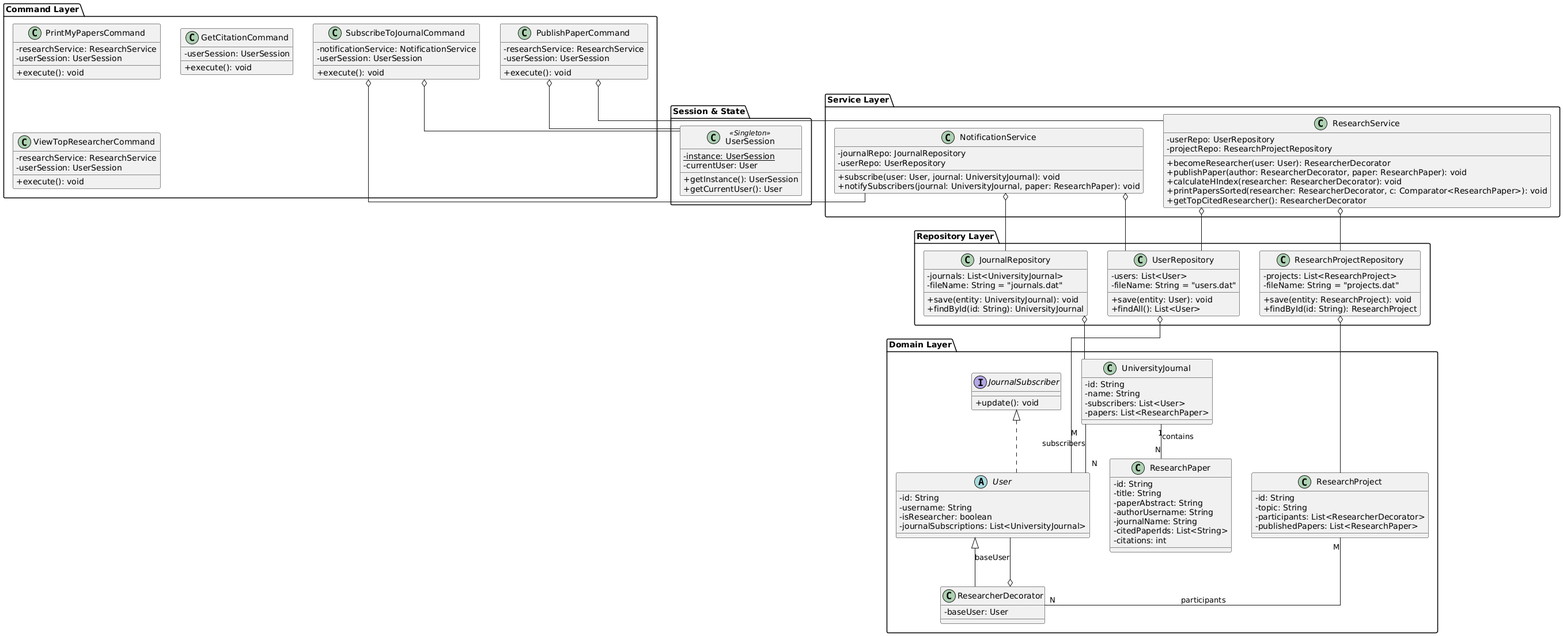
Before: PartA/classDiagrams/researchClassDiagram.png, a diagram exported from PlantUML (ofeerist/uni-crm-oop). Source of this version:
```plantuml
@startuml
skinparam classAttributeIconSize 0
skinparam linetype ortho

package "Session & State" {
    class UserSession <<Singleton>> {
        -{static} instance: UserSession
        -currentUser: User
        +getInstance(): UserSession
        +getCurrentUser(): User
    }
}

package "Command Layer" {
    class PublishPaperCommand {
        -researchService: ResearchService
        -userSession: UserSession
        +execute(): void
    }
    class PrintMyPapersCommand {
        -researchService: ResearchService
        -userSession: UserSession
        +execute(): void
    }
    class SubscribeToJournalCommand {
        -notificationService: NotificationService
        -userSession: UserSession
        +execute(): void
    }
    class GetCitationCommand {
        -userSession: UserSession
        +execute(): void
    }
    class ViewTopResearcherCommand {
        -researchService: ResearchService
        -userSession: UserSession
        +execute(): void
    }
}

package "Service Layer" {
    class ResearchService {
        -userRepo: UserRepository
        -projectRepo: ResearchProjectRepository
        +becomeResearcher(user: User): ResearcherDecorator
        +publishPaper(author: ResearcherDecorator, paper: ResearchPaper): void
        +calculateHIndex(researcher: ResearcherDecorator): void
        +printPapersSorted(researcher: ResearcherDecorator, c: Comparator<ResearchPaper>): void
        +getTopCitedResearcher(): ResearcherDecorator
    }
    class NotificationService {
        -journalRepo: JournalRepository
        -userRepo: UserRepository
        +subscribe(user: User, journal: UniversityJournal): void
        +notifySubscribers(journal: UniversityJournal, paper: ResearchPaper): void
    }
}

package "Repository Layer" {
    class UserRepository {
        -users: List<User>
        -fileName: String = "users.dat"
        +save(entity: User): void
        +findAll(): List<User>
    }
    class JournalRepository {
        -journals: List<UniversityJournal>
        -fileName: String = "journals.dat"
        +save(entity: UniversityJournal): void
        +findById(id: String): UniversityJournal
    }
    class ResearchProjectRepository {
        -projects: List<ResearchProject>
        -fileName: String = "projects.dat"
        +save(entity: ResearchProject): void
        +findById(id: String): ResearchProject
    }
}

package "Domain Layer" {
    interface JournalSubscriber {
        +update(): void
    }

    abstract class User implements JournalSubscriber {
        -id: String
        -username: String
        -isResearcher: boolean
        -journalSubscriptions: List<UniversityJournal>
    }

    class ResearcherDecorator extends User {
        -baseUser: User
    }
    ResearcherDecorator o-- User : "baseUser"

    class ResearchPaper {
        -id: String
        -title: String
        -paperAbstract: String
        -authorUsername: String
        -journalName: String
        -citedPaperIds: List<String>
        -citations: int
    }

    class UniversityJournal {
        -id: String
        -name: String
        -subscribers: List<User>
        -papers: List<ResearchPaper>
    }

    class ResearchProject {
        -id: String
        -topic: String
        -participants: List<ResearcherDecorator>
        -publishedPapers: List<ResearchPaper>
    }
}

PublishPaperCommand o-- ResearchService
PublishPaperCommand o-- UserSession
SubscribeToJournalCommand o-- NotificationService
SubscribeToJournalCommand o-- UserSession

ResearchService o-- UserRepository
ResearchService o-- ResearchProjectRepository
NotificationService o-- JournalRepository
NotificationService o-- UserRepository

UserRepository o-- User
JournalRepository o-- UniversityJournal
ResearchProjectRepository o-- ResearchProject

UniversityJournal "1" -- "N" ResearchPaper : "contains"
UniversityJournal "M" -- "N" User : "subscribers"
ResearchProject "M" -- "N" ResearcherDecorator : "participants"
@enduml
```
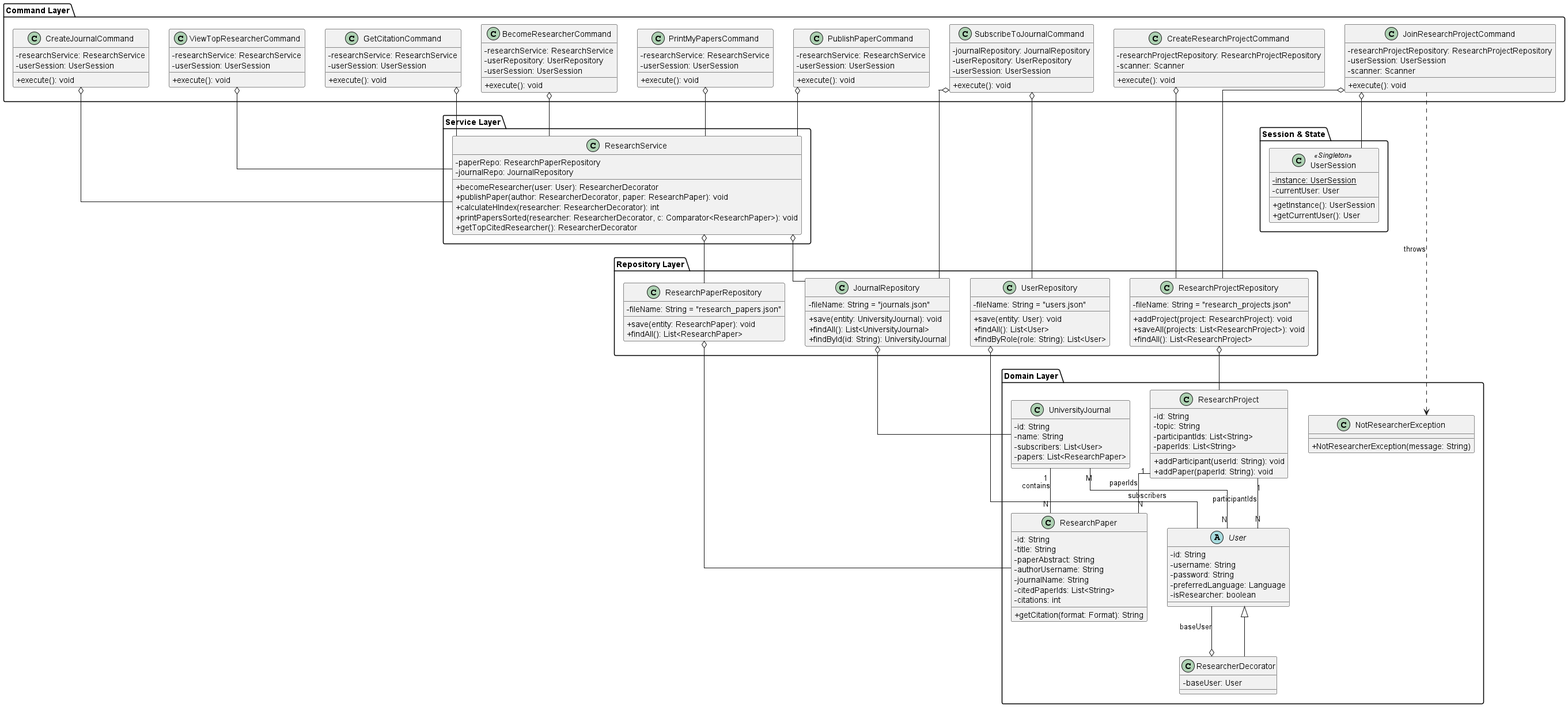
Later version of the same file.

Commit message:
Add research project functionality and update uml

Diff of the diagram source:
```diff
@@ -17,82 +17,112 @@
         -userSession: UserSession
         +execute(): void
     }
+
     class PrintMyPapersCommand {
         -researchService: ResearchService
         -userSession: UserSession
         +execute(): void
     }
+
     class SubscribeToJournalCommand {
-        -notificationService: NotificationService
+        -journalRepository: JournalRepository
+        -userRepository: UserRepository
         -userSession: UserSession
         +execute(): void
     }
+
     class GetCitationCommand {
+        -researchService: ResearchService
         -userSession: UserSession
         +execute(): void
     }
+
     class ViewTopResearcherCommand {
         -researchService: ResearchService
         -userSession: UserSession
+        +execute(): void
+    }
+
+    class CreateJournalCommand {
+        -researchService: ResearchService
+        -userSession: UserSession
+        +execute(): void
+    }
+
+    class BecomeResearcherCommand {
+        -researchService: ResearchService
+        -userRepository: UserRepository
+        -userSession: UserSession
+        +execute(): void
+    }
+
+    class CreateResearchProjectCommand {
+        -researchProjectRepository: ResearchProjectRepository
+        -scanner: Scanner
+        +execute(): void
+    }
+
+    class JoinResearchProjectCommand {
+        -researchProjectRepository: ResearchProjectRepository
+        -userSession: UserSession
+        -scanner: Scanner
         +execute(): void
     }
 }
 
 package "Service Layer" {
     class ResearchService {
-        -userRepo: UserRepository
-        -projectRepo: ResearchProjectRepository
+        -paperRepo: ResearchPaperRepository
+        -journalRepo: JournalRepository
         +becomeResearcher(user: User): ResearcherDecorator
         +publishPaper(author: ResearcherDecorator, paper: ResearchPaper): void
-        +calculateHIndex(researcher: ResearcherDecorator): void
+        +calculateHIndex(researcher: ResearcherDecorator): int
         +printPapersSorted(researcher: ResearcherDecorator, c: Comparator<ResearchPaper>): void
         +getTopCitedResearcher(): ResearcherDecorator
-    }
-    class NotificationService {
-        -journalRepo: JournalRepository
-        -userRepo: UserRepository
-        +subscribe(user: User, journal: UniversityJournal): void
-        +notifySubscribers(journal: UniversityJournal, paper: ResearchPaper): void
     }
 }
 
 package "Repository Layer" {
     class UserRepository {
-        -users: List<User>
-        -fileName: String = "users.dat"
+        -fileName: String = "users.json"
         +save(entity: User): void
         +findAll(): List<User>
+        +findByRole(role: String): List<User>
     }
+
     class JournalRepository {
-        -journals: List<UniversityJournal>
-        -fileName: String = "journals.dat"
+        -fileName: String = "journals.json"
         +save(entity: UniversityJournal): void
+        +findAll(): List<UniversityJournal>
         +findById(id: String): UniversityJournal
     }
+
+    class ResearchPaperRepository {
+        -fileName: String = "research_papers.json"
+        +save(entity: ResearchPaper): void
+        +findAll(): List<ResearchPaper>
+    }
+
     class ResearchProjectRepository {
-        -projects: List<ResearchProject>
-        -fileName: String = "projects.dat"
-        +save(entity: ResearchProject): void
-        +findById(id: String): ResearchProject
+        -fileName: String = "research_projects.json"
+        +addProject(project: ResearchProject): void
+        +saveAll(projects: List<ResearchProject>): void
+        +findAll(): List<ResearchProject>
     }
 }
 
 package "Domain Layer" {
-    interface JournalSubscriber {
-        +update(): void
-    }
-
-    abstract class User implements JournalSubscriber {
+    abstract class User {
         -id: String
         -username: String
+        -password: String
+        -preferredLanguage: Language
         -isResearcher: boolean
-        -journalSubscriptions: List<UniversityJournal>
     }
 
     class ResearcherDecorator extends User {
         -baseUser: User
     }
-    ResearcherDecorator o-- User : "baseUser"
 
     class ResearchPaper {
         -id: String
@@ -102,6 +132,7 @@
         -journalName: String
         -citedPaperIds: List<String>
         -citations: int
+        +getCitation(format: Format): String
     }
 
     class UniversityJournal {
@@ -114,26 +145,46 @@
     class ResearchProject {
         -id: String
         -topic: String
-        -participants: List<ResearcherDecorator>
-        -publishedPapers: List<ResearchPaper>
+        -participantIds: List<String>
+        -paperIds: List<String>
+        +addParticipant(userId: String): void
+        +addPaper(paperId: String): void
+    }
+
+    class NotResearcherException {
+        +NotResearcherException(message: String)
     }
 }
 
+ResearcherDecorator o-- User : baseUser
+
 PublishPaperCommand o-- ResearchService
-PublishPaperCommand o-- UserSession
-SubscribeToJournalCommand o-- NotificationService
-SubscribeToJournalCommand o-- UserSession
+PrintMyPapersCommand o-- ResearchService
+GetCitationCommand o-- ResearchService
+ViewTopResearcherCommand o-- ResearchService
+CreateJournalCommand o-- ResearchService
+BecomeResearcherCommand o-- ResearchService
 
-ResearchService o-- UserRepository
-ResearchService o-- ResearchProjectRepository
-NotificationService o-- JournalRepository
-NotificationService o-- UserRepository
+SubscribeToJournalCommand o-- JournalRepository
+SubscribeToJournalCommand o-- UserRepository
+
+CreateResearchProjectCommand o-- ResearchProjectRepository
+JoinResearchProjectCommand o-- ResearchProjectRepository
+JoinResearchProjectCommand o-- UserSession
+
+ResearchService o-- ResearchPaperRepository
+ResearchService o-- JournalRepository
 
 UserRepository o-- User
 JournalRepository o-- UniversityJournal
+ResearchPaperRepository o-- ResearchPaper
 ResearchProjectRepository o-- ResearchProject
 
-UniversityJournal "1" -- "N" ResearchPaper : "contains"
-UniversityJournal "M" -- "N" User : "subscribers"
-ResearchProject "M" -- "N" ResearcherDecorator : "participants"
+UniversityJournal "1" -- "N" ResearchPaper : contains
+UniversityJournal "M" -- "N" User : subscribers
+ResearchProject "1" -- "N" User : participantIds
+ResearchProject "1" -- "N" ResearchPaper : paperIds
+
+JoinResearchProjectCommand ..> NotResearcherException : throws
+
 @enduml
```
